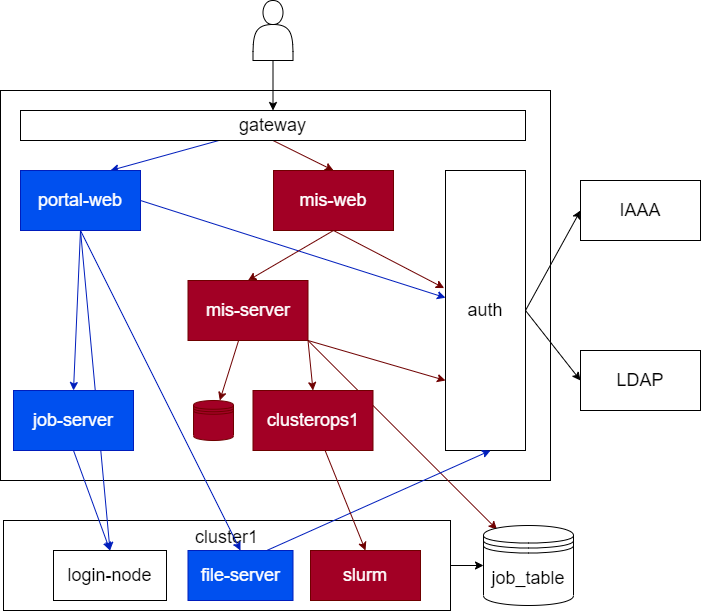
The draw.io diagram docs/diagrams/architecture.png in PKUHPC/OpenSCOW, before a commit. Source tidied: cells renumbered, new cells last; positions are measured from the earlier drawing's top-left corner, leaving out a move shared by most shapes.
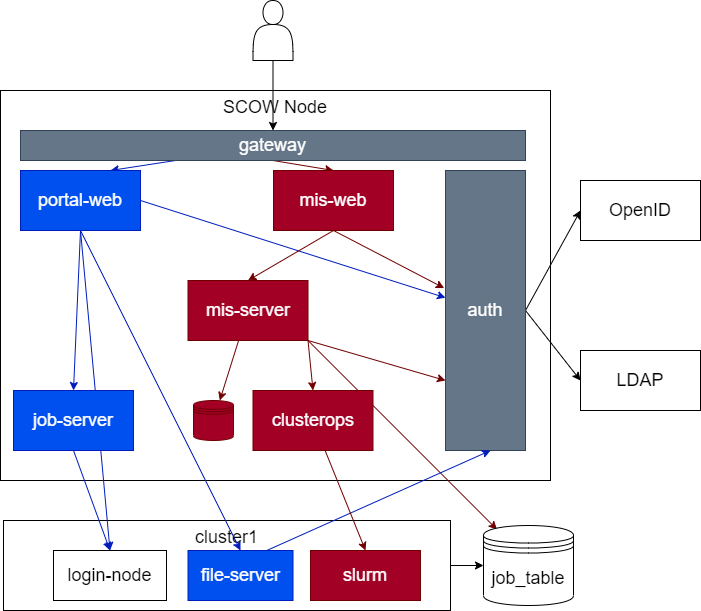
Later version of the same file.

What changed in the source:
```diff
@@ -8,7 +8,7 @@
     <mxCell id="3" value="cluster1" style="rounded=0;whiteSpace=wrap;html=1;verticalAlign=top;fontSize=18;fillColor=none;" parent="1" vertex="1">
       <mxGeometry x="3" y="520" width="447" height="90" as="geometry" />
     </mxCell>
-    <mxCell id="4" style="rounded=0;whiteSpace=wrap;html=1;fillColor=none;" parent="1" vertex="1">
+    <mxCell id="4" value="SCOW Node" style="rounded=0;whiteSpace=wrap;html=1;fillColor=none;verticalAlign=top;fontSize=18;" parent="1" vertex="1">
       <mxGeometry y="90" width="550" height="390" as="geometry" />
     </mxCell>
     <mxCell id="5" style="edgeStyle=none;html=1;exitX=0.5;exitY=1;exitDx=0;exitDy=0;entryX=0.5;entryY=0;entryDx=0;entryDy=0;fillColor=#a20025;strokeColor=#6F0000;" parent="1" edge="1" source="7" target="28">
@@ -17,8 +17,8 @@
     <mxCell id="6" style="edgeStyle=none;html=1;entryX=0.75;entryY=0;entryDx=0;entryDy=0;fillColor=#0050ef;strokeColor=#001DBC;" parent="1" edge="1" source="7" target="14">
       <mxGeometry relative="1" as="geometry" />
     </mxCell>
-    <mxCell id="7" value="gateway" style="rounded=0;whiteSpace=wrap;html=1;fontSize=18;" parent="1" vertex="1">
-      <mxGeometry x="20" y="110" width="505" height="30" as="geometry" />
+    <mxCell id="7" value="gateway" style="rounded=0;whiteSpace=wrap;html=1;fontSize=18;fillColor=#647687;fontColor=#ffffff;strokeColor=#314354;" parent="1" vertex="1">
+      <mxGeometry x="20" y="130" width="505" height="30" as="geometry" />
     </mxCell>
     <mxCell id="8" style="edgeStyle=none;html=1;entryX=0.5;entryY=0;entryDx=0;entryDy=0;" parent="1" edge="1" source="9" target="7">
       <mxGeometry relative="1" as="geometry" />
@@ -59,19 +59,19 @@
     <mxCell id="20" style="edgeStyle=none;html=1;exitX=1;exitY=0.5;exitDx=0;exitDy=0;entryX=0;entryY=0.5;entryDx=0;entryDy=0;fontSize=18;" parent="1" edge="1" source="21" target="24">
       <mxGeometry relative="1" as="geometry" />
     </mxCell>
-    <mxCell id="21" value="auth" style="whiteSpace=wrap;html=1;fontSize=18;" parent="1" vertex="1">
+    <mxCell id="21" value="auth" style="whiteSpace=wrap;html=1;fontSize=18;fillColor=#647687;fontColor=#ffffff;strokeColor=#314354;" parent="1" vertex="1">
       <mxGeometry x="445" y="170" width="80" height="280" as="geometry" />
     </mxCell>
     <mxCell id="22" value="job_table" style="shape=datastore;whiteSpace=wrap;html=1;fontSize=18;" parent="1" vertex="1">
       <mxGeometry x="483" y="525" width="90" height="80" as="geometry" />
     </mxCell>
-    <mxCell id="23" value="clusterops1" style="whiteSpace=wrap;html=1;fontSize=18;fillColor=#a20025;fontColor=#ffffff;strokeColor=#6F0000;" parent="1" vertex="1">
+    <mxCell id="23" value="clusterops" style="whiteSpace=wrap;html=1;fontSize=18;fillColor=#a20025;fontColor=#ffffff;strokeColor=#6F0000;" parent="1" vertex="1">
       <mxGeometry x="252.5" y="390" width="120" height="60" as="geometry" />
     </mxCell>
     <mxCell id="24" value="LDAP" style="whiteSpace=wrap;html=1;fontSize=18;" parent="1" vertex="1">
       <mxGeometry x="580" y="350" width="120" height="60" as="geometry" />
     </mxCell>
-    <mxCell id="25" value="&lt;font style=&quot;font-size: 18px&quot;&gt;IAAA&lt;/font&gt;" style="whiteSpace=wrap;html=1;" parent="1" vertex="1">
+    <mxCell id="25" value="&lt;span style=&quot;font-size: 18px&quot;&gt;OpenID&lt;/span&gt;" style="whiteSpace=wrap;html=1;" parent="1" vertex="1">
       <mxGeometry x="580" y="180" width="120" height="60" as="geometry" />
     </mxCell>
     <mxCell id="26" style="edgeStyle=none;html=1;exitX=0.5;exitY=1;exitDx=0;exitDy=0;entryX=-0.016;entryY=0.42;entryDx=0;entryDy=0;entryPerimeter=0;fillColor=#a20025;strokeColor=#6F0000;" parent="1" edge="1" source="28" target="21">
```
